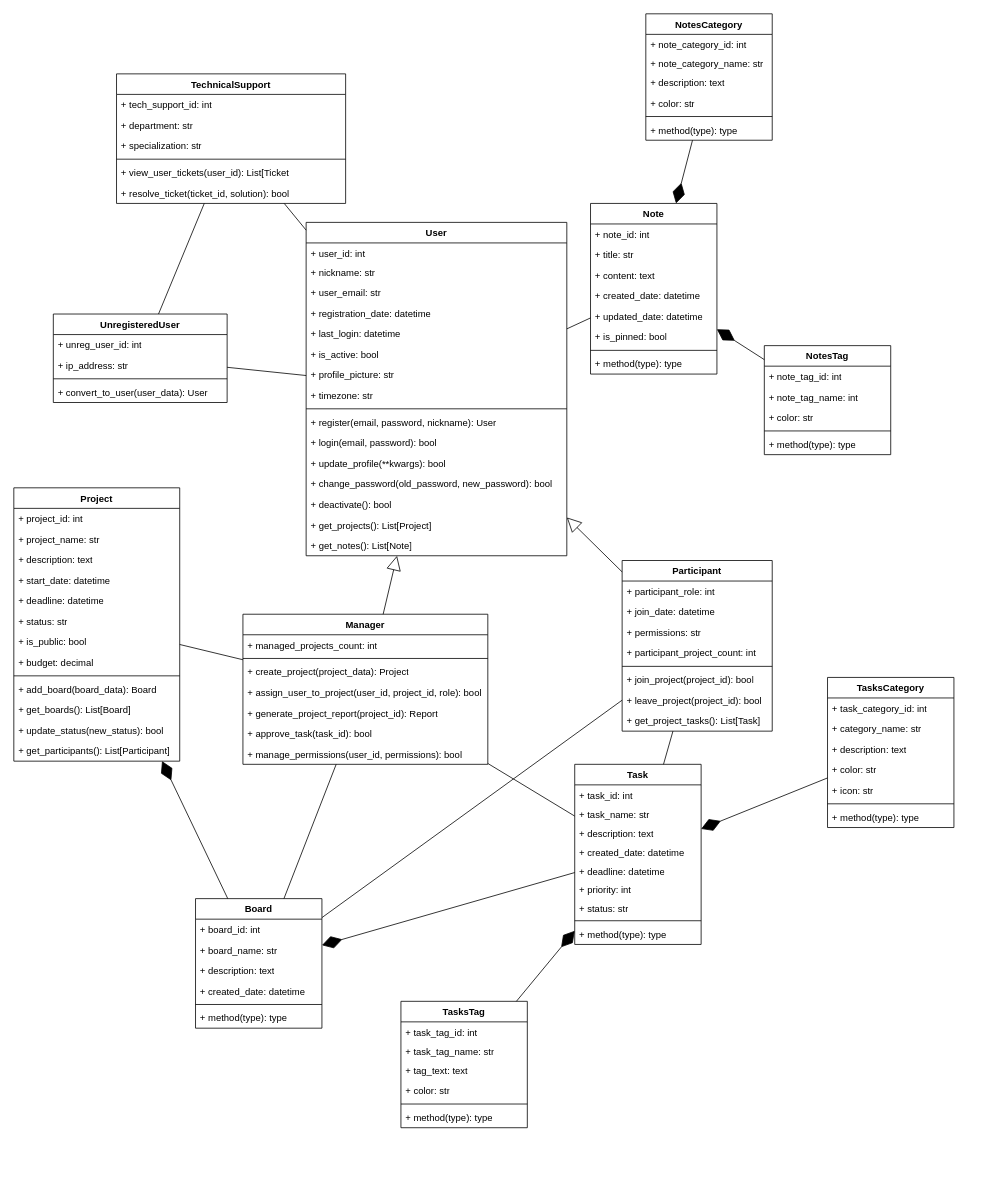
diamko/Lab3 keeps this draw.io diagram as TRPO3.drawio.xml. Above is the earlier version. Source tidied: cells renumbered, new cells numbered last; positions are measured from the earlier drawing's top-left corner, leaving out a move shared by most shapes. Both pictures are drawn from the tidied source at 79%, with x=0, y=0 at pixel (13, 13).
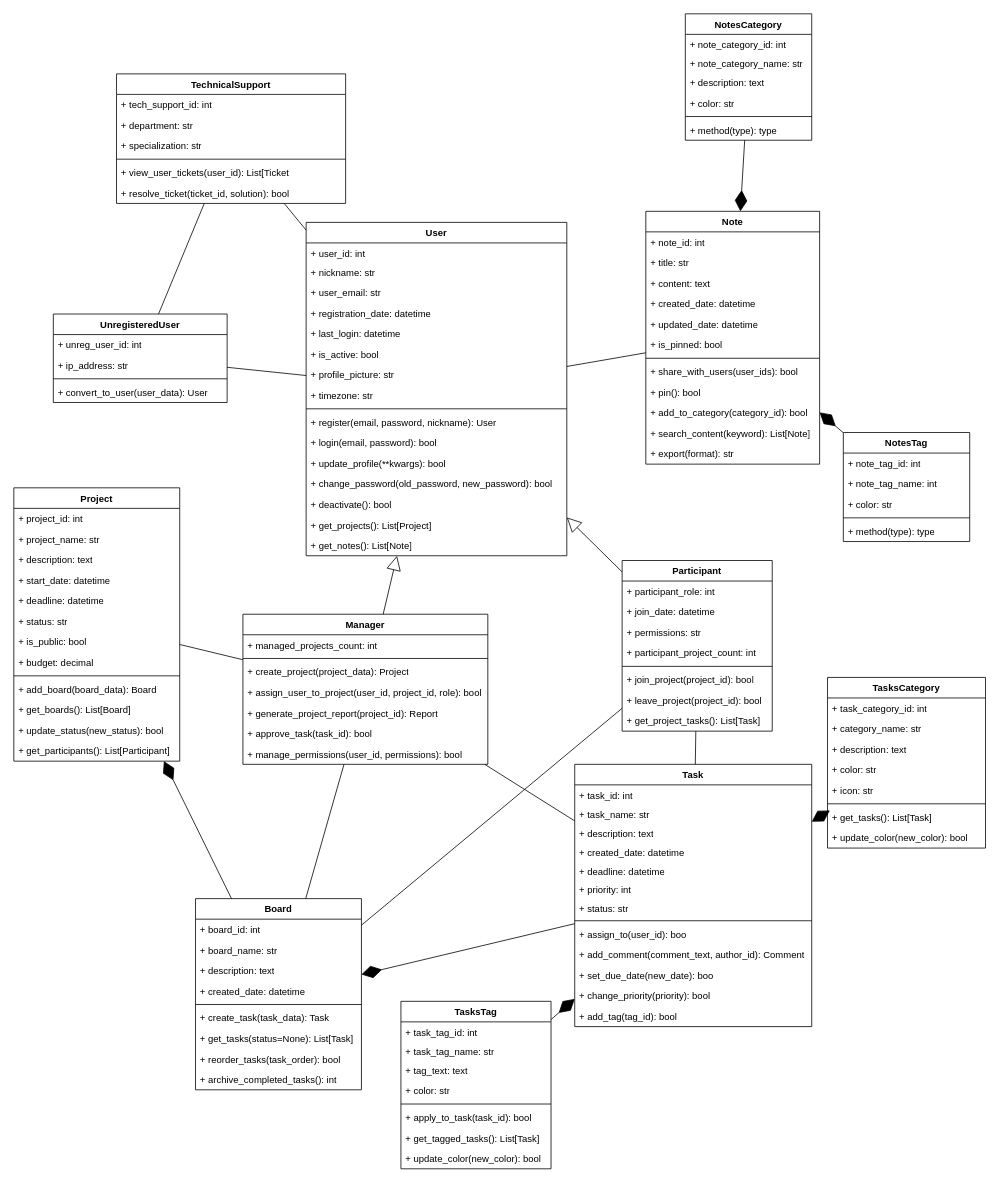
After the change.

What changed in the source:
```diff
@@
     <mxCell id="62" value="Board" style="swimlane;fontStyle=1;align=center;verticalAlign=top;horizontal=1;startSize=26;whiteSpace=wrap;html=1;" parent="1" vertex="1">
-      <mxGeometry x="230" y="1120" width="160" height="164" as="geometry" />
+      <mxGeometry x="230" y="1120" width="210" height="242" as="geometry" />
     </mxCell>
     <mxCell id="63" value="+ board_id: int" style="text;strokeColor=none;fillColor=none;align=left;verticalAlign=top;spacingLeft=4;spacingRight=4;overflow=hidden;whiteSpace=wrap;html=1;" parent="62" vertex="1">
-      <mxGeometry y="26" width="160" height="26" as="geometry" />
+      <mxGeometry y="26" width="210" height="26" as="geometry" />
     </mxCell>
     <mxCell id="64" value="+&amp;nbsp;board_name: str" style="text;strokeColor=none;fillColor=none;align=left;verticalAlign=top;spacingLeft=4;spacingRight=4;overflow=hidden;whiteSpace=wrap;html=1;" parent="62" vertex="1">
-      <mxGeometry y="52" width="160" height="26" as="geometry" />
+      <mxGeometry y="52" width="210" height="26" as="geometry" />
     </mxCell>
     <mxCell id="65" value="+&amp;nbsp;description: text" style="text;strokeColor=none;fillColor=none;align=left;verticalAlign=top;spacingLeft=4;spacingRight=4;overflow=hidden;whiteSpace=wrap;html=1;" parent="62" vertex="1">
-      <mxGeometry y="78" width="160" height="26" as="geometry" />
+      <mxGeometry y="78" width="210" height="26" as="geometry" />
     </mxCell>
     <mxCell id="66" value="+&amp;nbsp;created_date: datetime" style="text;strokeColor=none;fillColor=none;align=left;verticalAlign=top;spacingLeft=4;spacingRight=4;overflow=hidden;whiteSpace=wrap;html=1;" parent="62" vertex="1">
-      <mxGeometry y="104" width="160" height="26" as="geometry" />
+      <mxGeometry y="104" width="210" height="26" as="geometry" />
     </mxCell>
     <mxCell id="67" style="line;strokeWidth=1;fillColor=none;align=left;verticalAlign=middle;spacingTop=-1;spacingLeft=3;spacingRight=3;labelPosition=right;strokeColor=inherit;" parent="62" vertex="1">
-      <mxGeometry y="130" width="160" height="8" as="geometry" />
+      <mxGeometry y="130" width="210" height="8" as="geometry" />
     </mxCell>
-    <mxCell id="68" value="+ method(type): type" style="text;strokeColor=none;fillColor=none;align=left;verticalAlign=top;spacingLeft=4;spacingRight=4;overflow=hidden;whiteSpace=wrap;html=1;" parent="62" vertex="1">
-      <mxGeometry y="138" width="160" height="26" as="geometry" />
+    <mxCell id="68" value="+ create_task(task_data): Task" style="text;strokeColor=none;fillColor=none;align=left;verticalAlign=top;spacingLeft=4;spacingRight=4;overflow=hidden;whiteSpace=wrap;html=1;" parent="62" vertex="1">
+      <mxGeometry y="138" width="210" height="26" as="geometry" />
     </mxCell>
+    <mxCell id="133" value="+ get_tasks(status=None): List[Task]" style="text;strokeColor=none;fillColor=none;align=left;verticalAlign=top;spacingLeft=4;spacingRight=4;overflow=hidden;whiteSpace=wrap;html=1;" parent="62" vertex="1">
+      <mxGeometry y="164" width="210" height="26" as="geometry" />
+    </mxCell>
+    <mxCell id="134" value="+ reorder_tasks(task_order): bool" style="text;strokeColor=none;fillColor=none;align=left;verticalAlign=top;spacingLeft=4;spacingRight=4;overflow=hidden;whiteSpace=wrap;html=1;" parent="62" vertex="1">
+      <mxGeometry y="190" width="210" height="26" as="geometry" />
+    </mxCell>
+    <mxCell id="135" value="+ archive_completed_tasks(): int" style="text;strokeColor=none;fillColor=none;align=left;verticalAlign=top;spacingLeft=4;spacingRight=4;overflow=hidden;whiteSpace=wrap;html=1;" parent="62" vertex="1">
+      <mxGeometry y="216" width="210" height="26" as="geometry" />
+    </mxCell>
     <mxCell id="69" value="Note" style="swimlane;fontStyle=1;align=center;verticalAlign=top;horizontal=1;startSize=26;whiteSpace=wrap;html=1;" parent="1" vertex="1">
-      <mxGeometry x="730" y="240" width="160" height="216" as="geometry" />
+      <mxGeometry x="800" y="250" width="220" height="320" as="geometry" />
     </mxCell>
     <mxCell id="70" value="&lt;div&gt;+ note_id: int&lt;/div&gt;" style="text;strokeColor=none;fillColor=none;align=left;verticalAlign=top;spacingLeft=4;spacingRight=4;overflow=hidden;whiteSpace=wrap;html=1;" parent="69" vertex="1">
-      <mxGeometry y="26" width="160" height="26" as="geometry" />
+      <mxGeometry y="26" width="220" height="26" as="geometry" />
     </mxCell>
     <mxCell id="71" value="&lt;div&gt;+&amp;nbsp;title: str&lt;/div&gt;" style="text;strokeColor=none;fillColor=none;align=left;verticalAlign=top;spacingLeft=4;spacingRight=4;overflow=hidden;whiteSpace=wrap;html=1;" parent="69" vertex="1">
-      <mxGeometry y="52" width="160" height="26" as="geometry" />
+      <mxGeometry y="52" width="220" height="26" as="geometry" />
     </mxCell>
     <mxCell id="72" value="&lt;div&gt;+&amp;nbsp;content: text&lt;/div&gt;" style="text;strokeColor=none;fillColor=none;align=left;verticalAlign=top;spacingLeft=4;spacingRight=4;overflow=hidden;whiteSpace=wrap;html=1;" parent="69" vertex="1">
-      <mxGeometry y="78" width="160" height="26" as="geometry" />
+      <mxGeometry y="78" width="220" height="26" as="geometry" />
     </mxCell>
     <mxCell id="73" value="&lt;div&gt;+&amp;nbsp;created_date: datetime&lt;/div&gt;" style="text;strokeColor=none;fillColor=none;align=left;verticalAlign=top;spacingLeft=4;spacingRight=4;overflow=hidden;whiteSpace=wrap;html=1;" parent="69" vertex="1">
-      <mxGeometry y="104" width="160" height="26" as="geometry" />
+      <mxGeometry y="104" width="220" height="26" as="geometry" />
     </mxCell>
     <mxCell id="74" value="&lt;div&gt;+&amp;nbsp;updated_date: datetime&lt;/div&gt;" style="text;strokeColor=none;fillColor=none;align=left;verticalAlign=top;spacingLeft=4;spacingRight=4;overflow=hidden;whiteSpace=wrap;html=1;" parent="69" vertex="1">
-      <mxGeometry y="130" width="160" height="26" as="geometry" />
+      <mxGeometry y="130" width="220" height="26" as="geometry" />
     </mxCell>
     <mxCell id="75" value="&lt;div&gt;+&amp;nbsp;is_pinned: bool&lt;/div&gt;" style="text;strokeColor=none;fillColor=none;align=left;verticalAlign=top;spacingLeft=4;spacingRight=4;overflow=hidden;whiteSpace=wrap;html=1;" parent="69" vertex="1">
-      <mxGeometry y="156" width="160" height="26" as="geometry" />
+      <mxGeometry y="156" width="220" height="26" as="geometry" />
     </mxCell>
     <mxCell id="76" style="line;strokeWidth=1;fillColor=none;align=left;verticalAlign=middle;spacingTop=-1;spacingLeft=3;spacingRight=3;labelPosition=right;strokeColor=inherit;" parent="69" vertex="1">
-      <mxGeometry y="182" width="160" height="8" as="geometry" />
+      <mxGeometry y="182" width="220" height="8" as="geometry" />
     </mxCell>
-    <mxCell id="77" value="+ method(type): type" style="text;strokeColor=none;fillColor=none;align=left;verticalAlign=top;spacingLeft=4;spacingRight=4;overflow=hidden;whiteSpace=wrap;html=1;" parent="69" vertex="1">
-      <mxGeometry y="190" width="160" height="26" as="geometry" />
+    <mxCell id="77" value="+ share_with_users(user_ids): bool" style="text;strokeColor=none;fillColor=none;align=left;verticalAlign=top;spacingLeft=4;spacingRight=4;overflow=hidden;whiteSpace=wrap;html=1;" parent="69" vertex="1">
+      <mxGeometry y="190" width="220" height="26" as="geometry" />
     </mxCell>
+    <mxCell id="136" value="+ pin(): bool" style="text;strokeColor=none;fillColor=none;align=left;verticalAlign=top;spacingLeft=4;spacingRight=4;overflow=hidden;whiteSpace=wrap;html=1;" parent="69" vertex="1">
+      <mxGeometry y="216" width="220" height="26" as="geometry" />
+    </mxCell>
+    <mxCell id="137" value="+ add_to_category(category_id): bool" style="text;strokeColor=none;fillColor=none;align=left;verticalAlign=top;spacingLeft=4;spacingRight=4;overflow=hidden;whiteSpace=wrap;html=1;" parent="69" vertex="1">
+      <mxGeometry y="242" width="220" height="26" as="geometry" />
+    </mxCell>
+    <mxCell id="138" value="+ search_content(keyword): List[Note]" style="text;strokeColor=none;fillColor=none;align=left;verticalAlign=top;spacingLeft=4;spacingRight=4;overflow=hidden;whiteSpace=wrap;html=1;" parent="69" vertex="1">
+      <mxGeometry y="268" width="220" height="26" as="geometry" />
+    </mxCell>
+    <mxCell id="139" value="+ export(format): str" style="text;strokeColor=none;fillColor=none;align=left;verticalAlign=top;spacingLeft=4;spacingRight=4;overflow=hidden;whiteSpace=wrap;html=1;" parent="69" vertex="1">
+      <mxGeometry y="294" width="220" height="26" as="geometry" />
+    </mxCell>
     <mxCell id="78" value="Task" style="swimlane;fontStyle=1;align=center;verticalAlign=top;horizontal=1;startSize=26;whiteSpace=wrap;html=1;" parent="1" vertex="1">
-      <mxGeometry x="710" y="950" width="160" height="228" as="geometry" />
+      <mxGeometry x="710" y="950" width="300" height="332" as="geometry" />
     </mxCell>
     <mxCell id="79" value="+ task_id: int" style="text;strokeColor=none;fillColor=none;align=left;verticalAlign=top;spacingLeft=4;spacingRight=4;overflow=hidden;whiteSpace=wrap;html=1;" parent="78" vertex="1">
-      <mxGeometry y="26" width="160" height="24" as="geometry" />
+      <mxGeometry y="26" width="300" height="24" as="geometry" />
     </mxCell>
     <mxCell id="80" value="+ task_name: str" style="text;strokeColor=none;fillColor=none;align=left;verticalAlign=top;spacingLeft=4;spacingRight=4;overflow=hidden;whiteSpace=wrap;html=1;" parent="78" vertex="1">
-      <mxGeometry y="50" width="160" height="24" as="geometry" />
+      <mxGeometry y="50" width="300" height="24" as="geometry" />
     </mxCell>
     <mxCell id="81" value="+&amp;nbsp;description: text" style="text;strokeColor=none;fillColor=none;align=left;verticalAlign=top;spacingLeft=4;spacingRight=4;overflow=hidden;whiteSpace=wrap;html=1;" parent="78" vertex="1">
-      <mxGeometry y="74" width="160" height="24" as="geometry" />
+      <mxGeometry y="74" width="300" height="24" as="geometry" />
     </mxCell>
     <mxCell id="82" value="+&amp;nbsp;created_date: datetime" style="text;strokeColor=none;fillColor=none;align=left;verticalAlign=top;spacingLeft=4;spacingRight=4;overflow=hidden;whiteSpace=wrap;html=1;" parent="78" vertex="1">
-      <mxGeometry y="98" width="160" height="24" as="geometry" />
+      <mxGeometry y="98" width="300" height="24" as="geometry" />
     </mxCell>
     <mxCell id="83" value="+&amp;nbsp;deadline: datetime" style="text;strokeColor=none;fillColor=none;align=left;verticalAlign=top;spacingLeft=4;spacingRight=4;overflow=hidden;whiteSpace=wrap;html=1;" parent="78" vertex="1">
-      <mxGeometry y="122" width="160" height="24" as="geometry" />
+      <mxGeometry y="122" width="300" height="24" as="geometry" />
     </mxCell>
     <mxCell id="84" value="+ priority: int" style="text;strokeColor=none;fillColor=none;align=left;verticalAlign=top;spacingLeft=4;spacingRight=4;overflow=hidden;whiteSpace=wrap;html=1;" parent="78" vertex="1">
-      <mxGeometry y="146" width="160" height="24" as="geometry" />
+      <mxGeometry y="146" width="300" height="24" as="geometry" />
     </mxCell>
     <mxCell id="85" value="+&amp;nbsp;status: str" style="text;strokeColor=none;fillColor=none;align=left;verticalAlign=top;spacingLeft=4;spacingRight=4;overflow=hidden;whiteSpace=wrap;html=1;" parent="78" vertex="1">
-      <mxGeometry y="170" width="160" height="24" as="geometry" />
+      <mxGeometry y="170" width="300" height="24" as="geometry" />
     </mxCell>
     <mxCell id="86" style="line;strokeWidth=1;fillColor=none;align=left;verticalAlign=middle;spacingTop=-1;spacingLeft=3;spacingRight=3;labelPosition=right;strokeColor=inherit;" parent="78" vertex="1">
-      <mxGeometry y="194" width="160" height="8" as="geometry" />
+      <mxGeometry y="194" width="300" height="8" as="geometry" />
     </mxCell>
-    <mxCell id="87" value="+ method(type): type" style="text;strokeColor=none;fillColor=none;align=left;verticalAlign=top;spacingLeft=4;spacingRight=4;overflow=hidden;whiteSpace=wrap;html=1;" parent="78" vertex="1">
-      <mxGeometry y="202" width="160" height="26" as="geometry" />
+    <mxCell id="87" value="+ assign_to(user_id): boo" style="text;strokeColor=none;fillColor=none;align=left;verticalAlign=top;spacingLeft=4;spacingRight=4;overflow=hidden;whiteSpace=wrap;html=1;" parent="78" vertex="1">
+      <mxGeometry y="202" width="300" height="26" as="geometry" />
     </mxCell>
+    <mxCell id="140" value="+ add_comment(comment_text, author_id): Comment" style="text;strokeColor=none;fillColor=none;align=left;verticalAlign=top;spacingLeft=4;spacingRight=4;overflow=hidden;whiteSpace=wrap;html=1;" parent="78" vertex="1">
+      <mxGeometry y="228" width="300" height="26" as="geometry" />
+    </mxCell>
+    <mxCell id="141" value="+ set_due_date(new_date): boo" style="text;strokeColor=none;fillColor=none;align=left;verticalAlign=top;spacingLeft=4;spacingRight=4;overflow=hidden;whiteSpace=wrap;html=1;" parent="78" vertex="1">
+      <mxGeometry y="254" width="300" height="26" as="geometry" />
+    </mxCell>
+    <mxCell id="142" value="+ change_priority(priority): bool" style="text;strokeColor=none;fillColor=none;align=left;verticalAlign=top;spacingLeft=4;spacingRight=4;overflow=hidden;whiteSpace=wrap;html=1;" parent="78" vertex="1">
+      <mxGeometry y="280" width="300" height="26" as="geometry" />
+    </mxCell>
+    <mxCell id="143" value="+ add_tag(tag_id): bool" style="text;strokeColor=none;fillColor=none;align=left;verticalAlign=top;spacingLeft=4;spacingRight=4;overflow=hidden;whiteSpace=wrap;html=1;" parent="78" vertex="1">
+      <mxGeometry y="306" width="300" height="26" as="geometry" />
+    </mxCell>
@@
     <mxCell id="101" value="TasksTag" style="swimlane;fontStyle=1;align=center;verticalAlign=top;horizontal=1;startSize=26;whiteSpace=wrap;html=1;" parent="1" vertex="1">
-      <mxGeometry x="490" y="1250" width="160" height="160" as="geometry" />
+      <mxGeometry x="490" y="1250" width="190" height="212" as="geometry" />
     </mxCell>
     <mxCell id="102" value="+ task_tag_id: int" style="text;strokeColor=none;fillColor=none;align=left;verticalAlign=top;spacingLeft=4;spacingRight=4;overflow=hidden;whiteSpace=wrap;html=1;" parent="101" vertex="1">
-      <mxGeometry y="26" width="160" height="24" as="geometry" />
+      <mxGeometry y="26" width="190" height="24" as="geometry" />
     </mxCell>
     <mxCell id="103" value="+ task_tag_name: str" style="text;strokeColor=none;fillColor=none;align=left;verticalAlign=top;spacingLeft=4;spacingRight=4;overflow=hidden;whiteSpace=wrap;html=1;" parent="101" vertex="1">
-      <mxGeometry y="50" width="160" height="24" as="geometry" />
+      <mxGeometry y="50" width="190" height="24" as="geometry" />
     </mxCell>
     <mxCell id="104" value="+&amp;nbsp;tag_text: text" style="text;strokeColor=none;fillColor=none;align=left;verticalAlign=top;spacingLeft=4;spacingRight=4;overflow=hidden;whiteSpace=wrap;html=1;" parent="101" vertex="1">
-      <mxGeometry y="74" width="160" height="26" as="geometry" />
+      <mxGeometry y="74" width="190" height="26" as="geometry" />
     </mxCell>
     <mxCell id="105" value="+&amp;nbsp;color: str" style="text;strokeColor=none;fillColor=none;align=left;verticalAlign=top;spacingLeft=4;spacingRight=4;overflow=hidden;whiteSpace=wrap;html=1;" parent="101" vertex="1">
-      <mxGeometry y="100" width="160" height="26" as="geometry" />
+      <mxGeometry y="100" width="190" height="26" as="geometry" />
     </mxCell>
     <mxCell id="106" style="line;strokeWidth=1;fillColor=none;align=left;verticalAlign=middle;spacingTop=-1;spacingLeft=3;spacingRight=3;labelPosition=right;strokeColor=inherit;" parent="101" vertex="1">
-      <mxGeometry y="126" width="160" height="8" as="geometry" />
+      <mxGeometry y="126" width="190" height="8" as="geometry" />
     </mxCell>
+    <mxCell id="144" value="+ apply_to_task(task_id): bool" style="text;strokeColor=none;fillColor=none;align=left;verticalAlign=top;spacingLeft=4;spacingRight=4;overflow=hidden;whiteSpace=wrap;html=1;" parent="101" vertex="1">
+      <mxGeometry y="134" width="190" height="26" as="geometry" />
+    </mxCell>
-    <mxCell id="107" value="+ method(type): type" style="text;strokeColor=none;fillColor=none;align=left;verticalAlign=top;spacingLeft=4;spacingRight=4;overflow=hidden;whiteSpace=wrap;html=1;" parent="101" vertex="1">
-      <mxGeometry y="134" width="160" height="26" as="geometry" />
+    <mxCell id="107" value="+ get_tagged_tasks(): List[Task]" style="text;strokeColor=none;fillColor=none;align=left;verticalAlign=top;spacingLeft=4;spacingRight=4;overflow=hidden;whiteSpace=wrap;html=1;" parent="101" vertex="1">
+      <mxGeometry y="160" width="190" height="26" as="geometry" />
     </mxCell>
+    <mxCell id="145" value="+ update_color(new_color): bool" style="text;strokeColor=none;fillColor=none;align=left;verticalAlign=top;spacingLeft=4;spacingRight=4;overflow=hidden;whiteSpace=wrap;html=1;" parent="101" vertex="1">
+      <mxGeometry y="186" width="190" height="26" as="geometry" />
+    </mxCell>
     <mxCell id="108" value="TasksCategory" style="swimlane;fontStyle=1;align=center;verticalAlign=top;horizontal=1;startSize=26;whiteSpace=wrap;html=1;" parent="1" vertex="1">
-      <mxGeometry x="1030" y="840" width="160" height="190" as="geometry" />
+      <mxGeometry x="1030" y="840" width="200" height="216" as="geometry" />
     </mxCell>
     <mxCell id="109" value="+ task_category_id: int" style="text;strokeColor=none;fillColor=none;align=left;verticalAlign=top;spacingLeft=4;spacingRight=4;overflow=hidden;whiteSpace=wrap;html=1;" parent="108" vertex="1">
-      <mxGeometry y="26" width="160" height="26" as="geometry" />
+      <mxGeometry y="26" width="200" height="26" as="geometry" />
     </mxCell>
     <mxCell id="110" value="+&amp;nbsp;category_name: str" style="text;strokeColor=none;fillColor=none;align=left;verticalAlign=top;spacingLeft=4;spacingRight=4;overflow=hidden;whiteSpace=wrap;html=1;" parent="108" vertex="1">
-      <mxGeometry y="52" width="160" height="26" as="geometry" />
+      <mxGeometry y="52" width="200" height="26" as="geometry" />
     </mxCell>
     <mxCell id="111" value="+&amp;nbsp;description: text" style="text;strokeColor=none;fillColor=none;align=left;verticalAlign=top;spacingLeft=4;spacingRight=4;overflow=hidden;whiteSpace=wrap;html=1;" parent="108" vertex="1">
-      <mxGeometry y="78" width="160" height="26" as="geometry" />
+      <mxGeometry y="78" width="200" height="26" as="geometry" />
     </mxCell>
     <mxCell id="112" value="+&amp;nbsp;color: str" style="text;strokeColor=none;fillColor=none;align=left;verticalAlign=top;spacingLeft=4;spacingRight=4;overflow=hidden;whiteSpace=wrap;html=1;" parent="108" vertex="1">
-      <mxGeometry y="104" width="160" height="26" as="geometry" />
+      <mxGeometry y="104" width="200" height="26" as="geometry" />
     </mxCell>
     <mxCell id="113" value="+&amp;nbsp;icon: str" style="text;strokeColor=none;fillColor=none;align=left;verticalAlign=top;spacingLeft=4;spacingRight=4;overflow=hidden;whiteSpace=wrap;html=1;" parent="108" vertex="1">
-      <mxGeometry y="130" width="160" height="26" as="geometry" />
+      <mxGeometry y="130" width="200" height="26" as="geometry" />
     </mxCell>
     <mxCell id="114" style="line;strokeWidth=1;fillColor=none;align=left;verticalAlign=middle;spacingTop=-1;spacingLeft=3;spacingRight=3;labelPosition=right;strokeColor=inherit;" parent="108" vertex="1">
-      <mxGeometry y="156" width="160" height="8" as="geometry" />
+      <mxGeometry y="156" width="200" height="8" as="geometry" />
     </mxCell>
+    <mxCell id="146" value="+ get_tasks(): List[Task]" style="text;strokeColor=none;fillColor=none;align=left;verticalAlign=top;spacingLeft=4;spacingRight=4;overflow=hidden;whiteSpace=wrap;html=1;" parent="108" vertex="1">
+      <mxGeometry y="164" width="200" height="26" as="geometry" />
+    </mxCell>
-    <mxCell id="115" value="+ method(type): type" style="text;strokeColor=none;fillColor=none;align=left;verticalAlign=top;spacingLeft=4;spacingRight=4;overflow=hidden;whiteSpace=wrap;html=1;" parent="108" vertex="1">
-      <mxGeometry y="164" width="160" height="26" as="geometry" />
+    <mxCell id="115" value="+ update_color(new_color): bool" style="text;strokeColor=none;fillColor=none;align=left;verticalAlign=top;spacingLeft=4;spacingRight=4;overflow=hidden;whiteSpace=wrap;html=1;" parent="108" vertex="1">
+      <mxGeometry y="190" width="200" height="26" as="geometry" />
     </mxCell>
@@
     <mxCell id="118" value="NotesTag" style="swimlane;fontStyle=1;align=center;verticalAlign=top;horizontal=1;startSize=26;whiteSpace=wrap;html=1;" parent="1" vertex="1">
-      <mxGeometry x="950" y="420" width="160" height="138" as="geometry" />
+      <mxGeometry x="1050" y="530" width="160" height="138" as="geometry" />
     </mxCell>
@@
     <mxCell id="124" value="NotesCategory" style="swimlane;fontStyle=1;align=center;verticalAlign=top;horizontal=1;startSize=26;whiteSpace=wrap;html=1;" parent="1" vertex="1">
-      <mxGeometry x="800" width="160" height="160" as="geometry" />
+      <mxGeometry x="850" width="160" height="160" as="geometry" />
     </mxCell>
```
